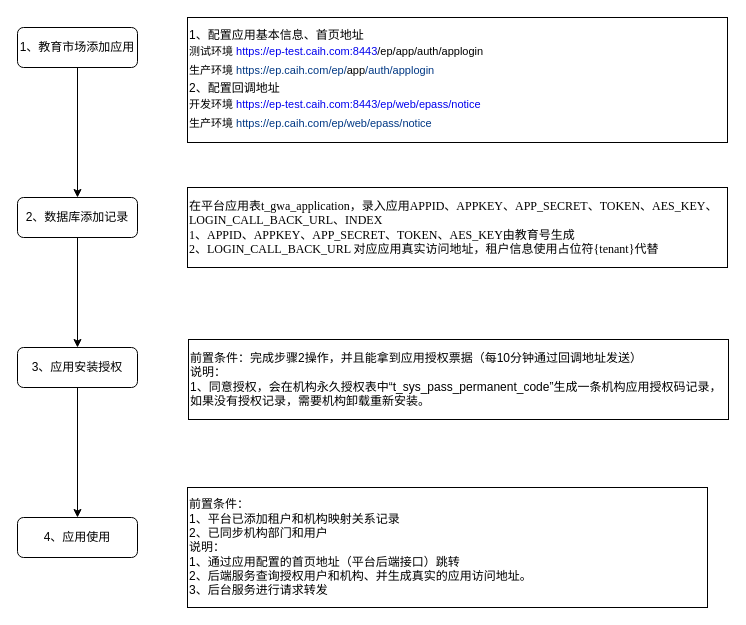
Before: 应用间跳转.drawio in liangdengming/diagrams, a draw.io diagram. Source tidied: cells renumbered, new cells numbered last; positions are measured from the earlier drawing's top-left corner, leaving out a move shared by most shapes. Both pictures are drawn from the tidied source at 100%, with x=0, y=0 at pixel (17, 17).
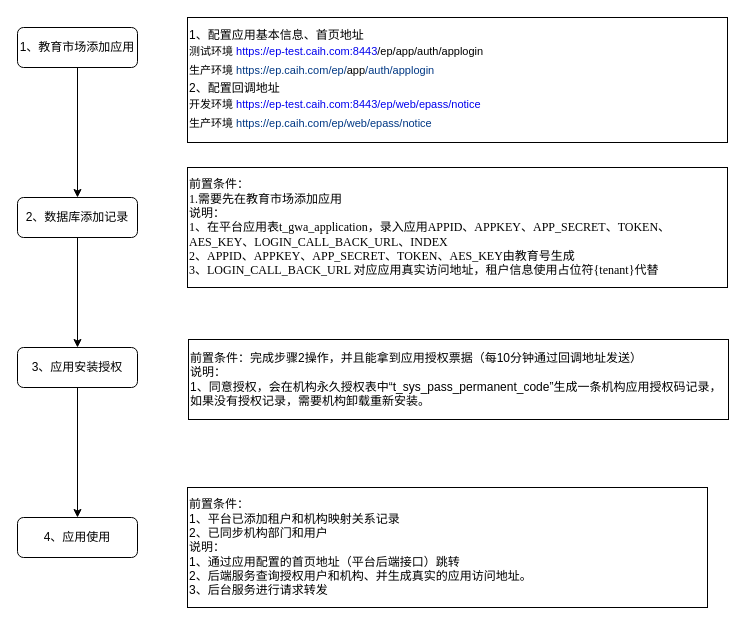
The same diagram, later.

Commit message (it also covers changes not shown here):
更新应用间跳转.drawio

Diff of the diagram source:
```diff
@@
 <mxGraphModel>
   <root>
     <mxCell id="0" />
     <mxCell id="1" parent="0" />
     <mxCell id="2" style="edgeStyle=orthogonalEdgeStyle;rounded=0;jettySize=auto;html=1;" parent="1" edge="1" source="3" target="5">
       <mxGeometry relative="1" as="geometry" />
     </mxCell>
     <mxCell id="3" value="1、教育市场添加应用" style="rounded=1;whiteSpace=wrap;html=1;fontSize=12;glass=0;strokeWidth=1;shadow=0;" parent="1" vertex="1">
       <mxGeometry y="10" width="120" height="40" as="geometry" />
     </mxCell>
     <mxCell id="4" style="edgeStyle=orthogonalEdgeStyle;rounded=0;jettySize=auto;html=1;entryX=0.5;entryY=0;entryDx=0;entryDy=0;" parent="1" edge="1" source="5" target="7">
       <mxGeometry relative="1" as="geometry" />
     </mxCell>
     <mxCell id="5" value="2、数据库添加记录" style="rounded=1;whiteSpace=wrap;html=1;fontSize=12;glass=0;strokeWidth=1;shadow=0;" parent="1" vertex="1">
       <mxGeometry y="180" width="120" height="40" as="geometry" />
     </mxCell>
     <mxCell id="6" style="edgeStyle=orthogonalEdgeStyle;rounded=0;jettySize=auto;html=1;" parent="1" edge="1" source="7" target="8">
       <mxGeometry relative="1" as="geometry" />
     </mxCell>
     <mxCell id="7" value="3、应用安装授权" style="rounded=1;whiteSpace=wrap;html=1;fontSize=12;glass=0;strokeWidth=1;shadow=0;" parent="1" vertex="1">
       <mxGeometry y="330" width="120" height="40" as="geometry" />
     </mxCell>
     <mxCell id="8" value="4、应用使用" style="rounded=1;whiteSpace=wrap;html=1;fontSize=12;glass=0;strokeWidth=1;shadow=0;" parent="1" vertex="1">
       <mxGeometry y="500" width="120" height="40" as="geometry" />
     </mxCell>
     <mxCell id="9" value="1、配置应用基本信息、首页地址&lt;br&gt;&lt;article style=&quot;font-size: 11px;&quot; data-content=&quot;[{&amp;quot;type&amp;quot;:&amp;quot;block&amp;quot;,&amp;quot;id&amp;quot;:&amp;quot;2Ufp-1679367261097&amp;quot;,&amp;quot;name&amp;quot;:&amp;quot;paragraph&amp;quot;,&amp;quot;data&amp;quot;:{&amp;quot;version&amp;quot;:1},&amp;quot;nodes&amp;quot;:[{&amp;quot;type&amp;quot;:&amp;quot;text&amp;quot;,&amp;quot;id&amp;quot;:&amp;quot;61CM-1679367261098&amp;quot;,&amp;quot;leaves&amp;quot;:[{&amp;quot;text&amp;quot;:&amp;quot;//1-开发环境&amp;nbsp;&amp;quot;,&amp;quot;marks&amp;quot;:[]}]},{&amp;quot;type&amp;quot;:&amp;quot;inline&amp;quot;,&amp;quot;id&amp;quot;:&amp;quot;v21H-1679367261108&amp;quot;,&amp;quot;name&amp;quot;:&amp;quot;link&amp;quot;,&amp;quot;data&amp;quot;:{&amp;quot;href&amp;quot;:&amp;quot;https://ep-test.caih.com:8443/ep/app/applogin&amp;quot;},&amp;quot;nodes&amp;quot;:[{&amp;quot;type&amp;quot;:&amp;quot;text&amp;quot;,&amp;quot;id&amp;quot;:&amp;quot;mA8g-1679367261107&amp;quot;,&amp;quot;leaves&amp;quot;:[{&amp;quot;text&amp;quot;:&amp;quot;https://ep-test.caih.com:8443&amp;quot;,&amp;quot;marks&amp;quot;:[]}]}]},{&amp;quot;type&amp;quot;:&amp;quot;text&amp;quot;,&amp;quot;id&amp;quot;:&amp;quot;5p2v-1679367261109&amp;quot;,&amp;quot;leaves&amp;quot;:[{&amp;quot;text&amp;quot;:&amp;quot;/ep/app/auth/applogin&amp;quot;,&amp;quot;marks&amp;quot;:[]}]}],&amp;quot;state&amp;quot;:{}},{&amp;quot;type&amp;quot;:&amp;quot;block&amp;quot;,&amp;quot;id&amp;quot;:&amp;quot;1j2B-1679367261101&amp;quot;,&amp;quot;name&amp;quot;:&amp;quot;paragraph&amp;quot;,&amp;quot;data&amp;quot;:{&amp;quot;version&amp;quot;:1},&amp;quot;nodes&amp;quot;:[{&amp;quot;type&amp;quot;:&amp;quot;text&amp;quot;,&amp;quot;id&amp;quot;:&amp;quot;AqFT-1679367261102&amp;quot;,&amp;quot;leaves&amp;quot;:[{&amp;quot;text&amp;quot;:&amp;quot;//2-生产环境&amp;nbsp;&amp;quot;,&amp;quot;marks&amp;quot;:[]}]},{&amp;quot;type&amp;quot;:&amp;quot;inline&amp;quot;,&amp;quot;id&amp;quot;:&amp;quot;TZOr-1679367261112&amp;quot;,&amp;quot;name&amp;quot;:&amp;quot;link&amp;quot;,&amp;quot;data&amp;quot;:{&amp;quot;href&amp;quot;:&amp;quot;https://ep.caih.com//ep/app/applogin&amp;quot;},&amp;quot;nodes&amp;quot;:[{&amp;quot;type&amp;quot;:&amp;quot;text&amp;quot;,&amp;quot;id&amp;quot;:&amp;quot;o71M-1679367261111&amp;quot;,&amp;quot;leaves&amp;quot;:[{&amp;quot;text&amp;quot;:&amp;quot;https://ep.caih.com//ep/&amp;quot;,&amp;quot;marks&amp;quot;:[]}]}]},{&amp;quot;type&amp;quot;:&amp;quot;text&amp;quot;,&amp;quot;id&amp;quot;:&amp;quot;UZRS-1679367375498&amp;quot;,&amp;quot;leaves&amp;quot;:[{&amp;quot;text&amp;quot;:&amp;quot;app&amp;quot;,&amp;quot;marks&amp;quot;:[]}]},{&amp;quot;type&amp;quot;:&amp;quot;inline&amp;quot;,&amp;quot;id&amp;quot;:&amp;quot;cj1z-1679367375507&amp;quot;,&amp;quot;name&amp;quot;:&amp;quot;link&amp;quot;,&amp;quot;data&amp;quot;:{&amp;quot;href&amp;quot;:&amp;quot;https://ep-test.caih.com:8443/ep/app/applogin&amp;quot;},&amp;quot;nodes&amp;quot;:[{&amp;quot;type&amp;quot;:&amp;quot;text&amp;quot;,&amp;quot;id&amp;quot;:&amp;quot;zekt-1679367375508&amp;quot;,&amp;quot;leaves&amp;quot;:[{&amp;quot;text&amp;quot;:&amp;quot;/auth/applogin&amp;quot;,&amp;quot;marks&amp;quot;:[]}]}]},{&amp;quot;type&amp;quot;:&amp;quot;text&amp;quot;,&amp;quot;id&amp;quot;:&amp;quot;yVtv-1679367375509&amp;quot;,&amp;quot;leaves&amp;quot;:[{&amp;quot;text&amp;quot;:&amp;quot;&amp;quot;,&amp;quot;marks&amp;quot;:[]}]}],&amp;quot;state&amp;quot;:{}}]&quot;&gt;&lt;div style=&quot;line-height: 1.75; font-size: 11px;&quot;&gt;&lt;span style=&quot;&quot;&gt; &lt;/span&gt;测试环境 &lt;a style=&quot;text-decoration-line: none; font-size: 11px;&quot; href=&quot;https://ep-test.caih.com:8443/ep/app/applogin&quot;&gt;https://ep-test.caih.com:8443&lt;/a&gt;/ep/app/auth/applogin&lt;/div&gt;&lt;div style=&quot;line-height: 1.75; font-size: 11px;&quot;&gt;&lt;span style=&quot;&quot;&gt; &lt;/span&gt;生产环境 &lt;a style=&quot;text-decoration-line: none; font-size: 11px;&quot; href=&quot;https://ep.caih.com//ep/app/applogin&quot;&gt;&lt;span style=&quot;color: rgb(0, 56, 132); font-size: 11px;&quot;&gt;https://ep.caih.com/ep/&lt;/span&gt;&lt;/a&gt;app&lt;a style=&quot;text-decoration-line: none; font-size: 11px;&quot; href=&quot;https://ep-test.caih.com:8443/ep/app/applogin&quot;&gt;&lt;span style=&quot;color: rgb(0, 56, 132); font-size: 11px;&quot;&gt;/auth/applogin&lt;/span&gt;&lt;/a&gt;&lt;/div&gt;&lt;/article&gt;2、配置回调地址&lt;br&gt;&lt;div style=&quot;border-color: var(--border-color); font-size: 11px; line-height: 1.75;&quot;&gt;开发环境&amp;nbsp;&lt;a style=&quot;border-color: var(--border-color); text-decoration-line: none;&quot; href=&quot;https://ep-test.caih.com:8443/ep/app/applogin&quot;&gt;https://ep-test.caih.com:8443/ep/web/epass/notice&lt;/a&gt;&lt;/div&gt;&lt;div style=&quot;border-color: var(--border-color); font-size: 11px; line-height: 1.75;&quot;&gt; 生产环境&amp;nbsp;&lt;a style=&quot;border-color: var(--border-color); text-decoration-line: none;&quot; href=&quot;https://ep.caih.com//ep/app/applogin&quot;&gt;&lt;span style=&quot;border-color: var(--border-color); color: rgb(0, 56, 132);&quot;&gt;https://ep.caih.com/ep/web/epass/notice&lt;/span&gt;&lt;/a&gt;&lt;/div&gt;" style="whiteSpace=wrap;html=1;align=left;newEdgeStyle={&quot;edgeStyle&quot;:&quot;elbowEdgeStyle&quot;,&quot;startArrow&quot;:&quot;none&quot;,&quot;endArrow&quot;:&quot;none&quot;};" parent="1" vertex="1">
       <mxGeometry x="170" width="540" height="125" as="geometry" />
     </mxCell>
-    <mxCell id="10" value="&lt;font face=&quot;Times New Roman&quot; style=&quot;font-size: 12px;&quot;&gt;在平台应用表t_gwa_application，录入应用APPID、APPKEY、APP_SECRET、TOKEN、AES_KEY、LOGIN_CALL_BACK_URL、INDEX&lt;br&gt;1、APPID、APPKEY、APP_SECRET、TOKEN、AES_KEY由教育号生成&lt;br&gt;2、LOGIN_CALL_BACK_URL 对应应用真实访问地址，租户信息使用占位符{tenant}代替&lt;/font&gt;" style="whiteSpace=wrap;html=1;align=left;newEdgeStyle={&quot;edgeStyle&quot;:&quot;elbowEdgeStyle&quot;,&quot;startArrow&quot;:&quot;none&quot;,&quot;endArrow&quot;:&quot;none&quot;};" parent="1" vertex="1">
-      <mxGeometry x="170" y="170" width="540" height="80" as="geometry" />
+    <mxCell id="10" value="&lt;font face=&quot;Times New Roman&quot; style=&quot;font-size: 12px;&quot;&gt;前置条件：&lt;br&gt;1.需要先在教育市场添加应用&lt;br&gt;说明：&lt;br&gt;1、在平台应用表t_gwa_application，录入应用APPID、APPKEY、APP_SECRET、TOKEN、AES_KEY、LOGIN_CALL_BACK_URL、INDEX&lt;br&gt;2、APPID、APPKEY、APP_SECRET、TOKEN、AES_KEY由教育号生成&lt;br&gt;3、LOGIN_CALL_BACK_URL 对应应用真实访问地址，租户信息使用占位符{tenant}代替&lt;/font&gt;" style="whiteSpace=wrap;html=1;align=left;newEdgeStyle={&quot;edgeStyle&quot;:&quot;elbowEdgeStyle&quot;,&quot;startArrow&quot;:&quot;none&quot;,&quot;endArrow&quot;:&quot;none&quot;};" parent="1" vertex="1">
+      <mxGeometry x="170" y="150" width="540" height="120" as="geometry" />
     </mxCell>
     <mxCell id="11" value="前置条件：完成步骤2操作，并且能拿到应用授权票据（每10分钟通过回调地址发送）&lt;br&gt;说明：&lt;br&gt;1、同意授权，会在机构永久授权表中“t_sys_pass_permanent_code”生成一条机构应用授权码记录，&lt;br&gt;如果没有授权记录，需要机构卸载重新安装。" style="whiteSpace=wrap;html=1;align=left;newEdgeStyle={&quot;edgeStyle&quot;:&quot;elbowEdgeStyle&quot;,&quot;startArrow&quot;:&quot;none&quot;,&quot;endArrow&quot;:&quot;none&quot;};" parent="1" vertex="1">
       <mxGeometry x="171" y="322" width="540" height="80" as="geometry" />
     </mxCell>
     <mxCell id="12" value="前置条件：&lt;br&gt;1、平台已添加租户和机构映射关系记录&lt;br&gt;2、已同步机构部门和用户&lt;br&gt;说明：&lt;br&gt;1、通过应用配置的首页地址（平台后端接口）跳转&lt;br&gt;2、后端服务查询授权用户和机构、并生成真实的应用访问地址。&lt;br&gt;3、后台服务进行请求转发" style="whiteSpace=wrap;html=1;align=left;newEdgeStyle={&quot;edgeStyle&quot;:&quot;elbowEdgeStyle&quot;,&quot;startArrow&quot;:&quot;none&quot;,&quot;endArrow&quot;:&quot;none&quot;};" parent="1" vertex="1">
       <mxGeometry x="170" y="470" width="520" height="120" as="geometry" />
     </mxCell>
   </root>
 </mxGraphModel>
```
